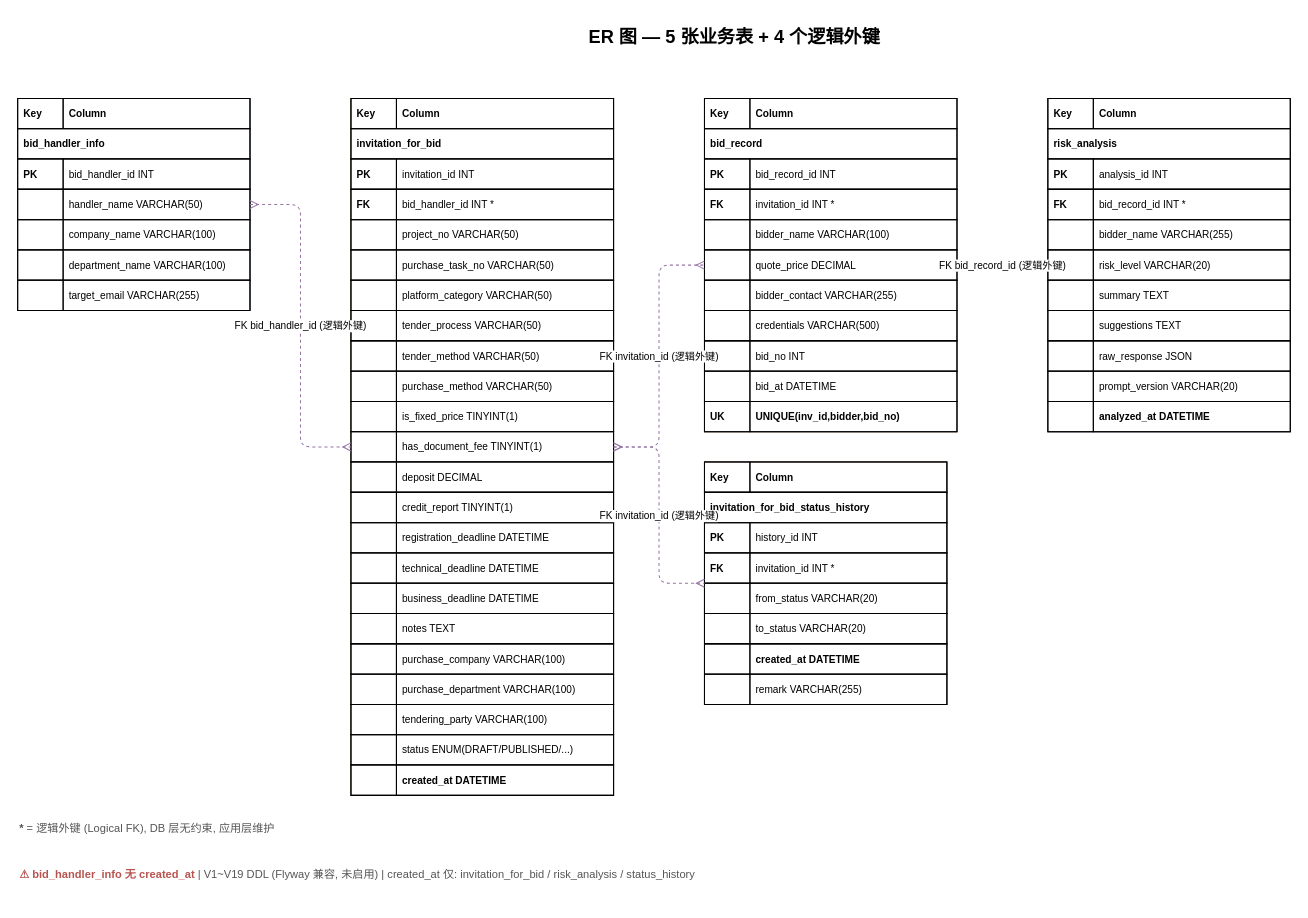
Above: page "6-ER Diagram" (6 of 6) of docs/architecture-diagram.drawio in Jianshi-Lu/smart-bid-platform-be (draw.io), before the change. Source tidied: cells renumbered, new cells numbered last; positions are measured from the earlier drawing's top-left corner, leaving out a move shared by most shapes. Both pictures are drawn from the tidied source at 101%, with x=0, y=0 at pixel (17, 17).
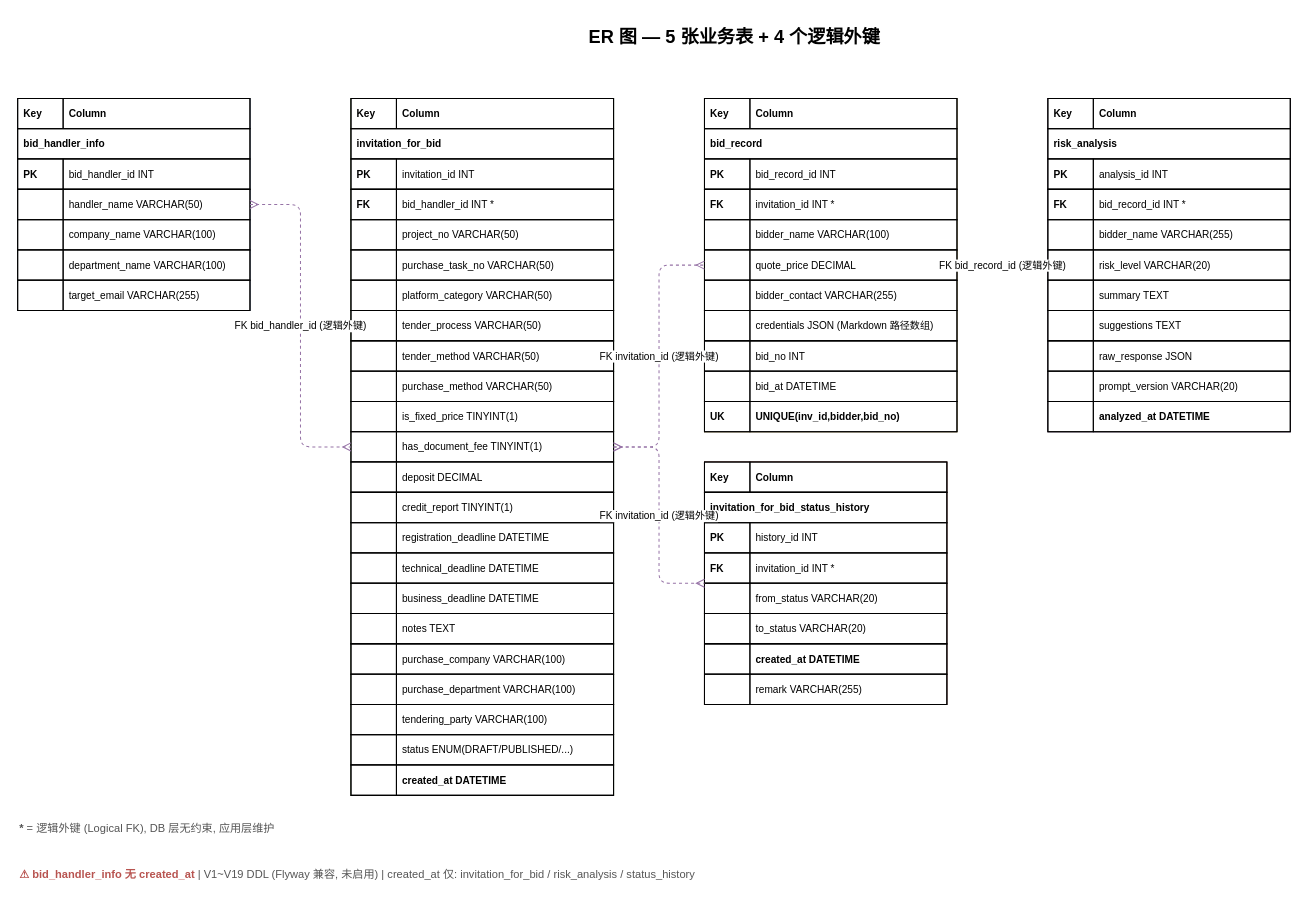
The same page after the edit.

Commit message (it also covers changes not shown here):
feat(bid-record): store credentials as Markdown path JSON

Unchanged cells that the change refers to:
```xml
<mxCell id="114" style="shape=tableRow;horizontal=0;startSize=0;" parent="93" vertex="1">
  <mxGeometry y="210" width="250" height="30" as="geometry" />
</mxCell>
```

What changed in the source:
```diff
@@
-    <mxCell id="116" value="credentials VARCHAR(500)" style="shape=partialRectangle;html=1;whiteSpace=wrap;fillColor=none;align=left;spacingLeft=4;fontSize=10;" parent="114" vertex="1">
+    <mxCell id="116" value="credentials JSON (Markdown 路径数组)" style="shape=partialRectangle;html=1;whiteSpace=wrap;fillColor=none;align=left;spacingLeft=4;fontSize=10;" parent="114" vertex="1">
       <mxGeometry x="45" width="205" height="30" as="geometry" />
     </mxCell>
```
